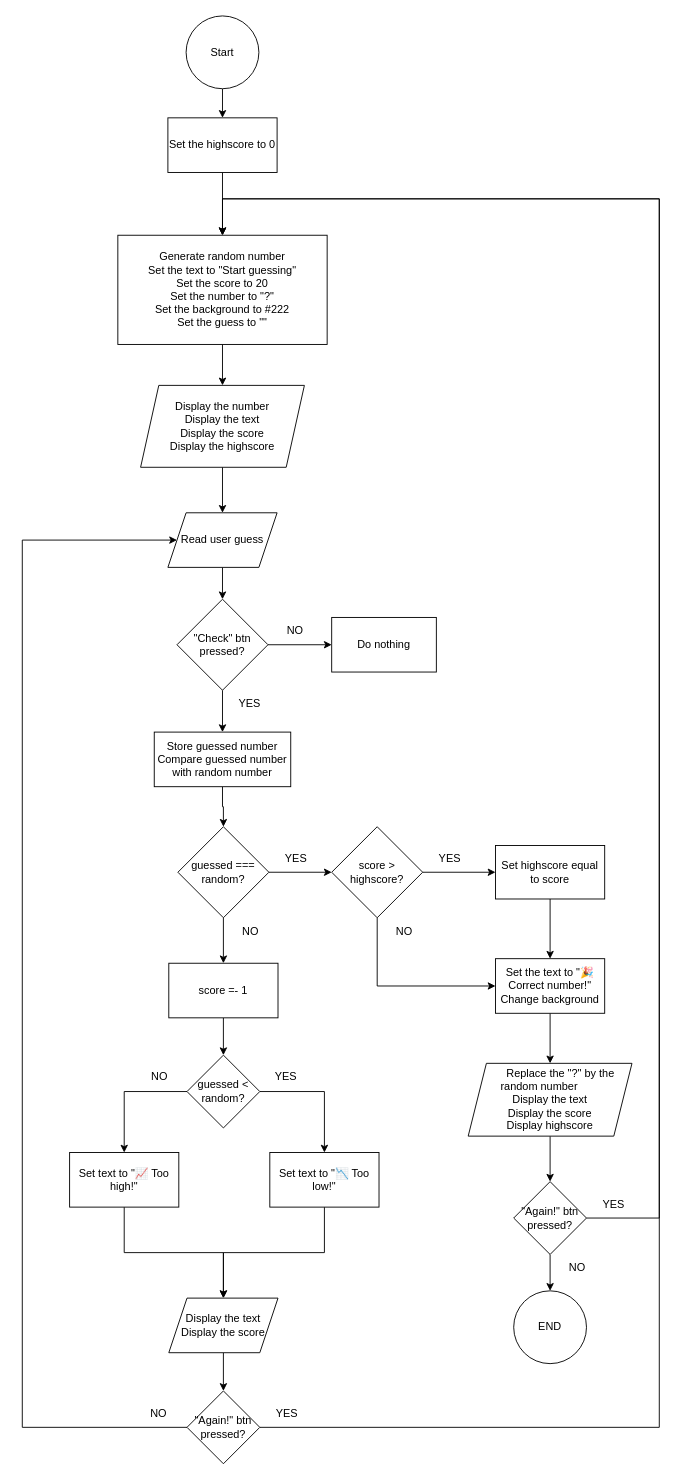
matheus4lves/udemy-the-complete-javascript-course_guess-my-number keeps this draw.io diagram as flowchart.drawio. Above is the earlier version. Source tidied: cells renumbered, new cells numbered last; positions are measured from the earlier drawing's top-left corner, leaving out a move shared by most shapes. Both pictures are drawn from the tidied source at 91%, with x=0, y=0 at pixel (22, 15).
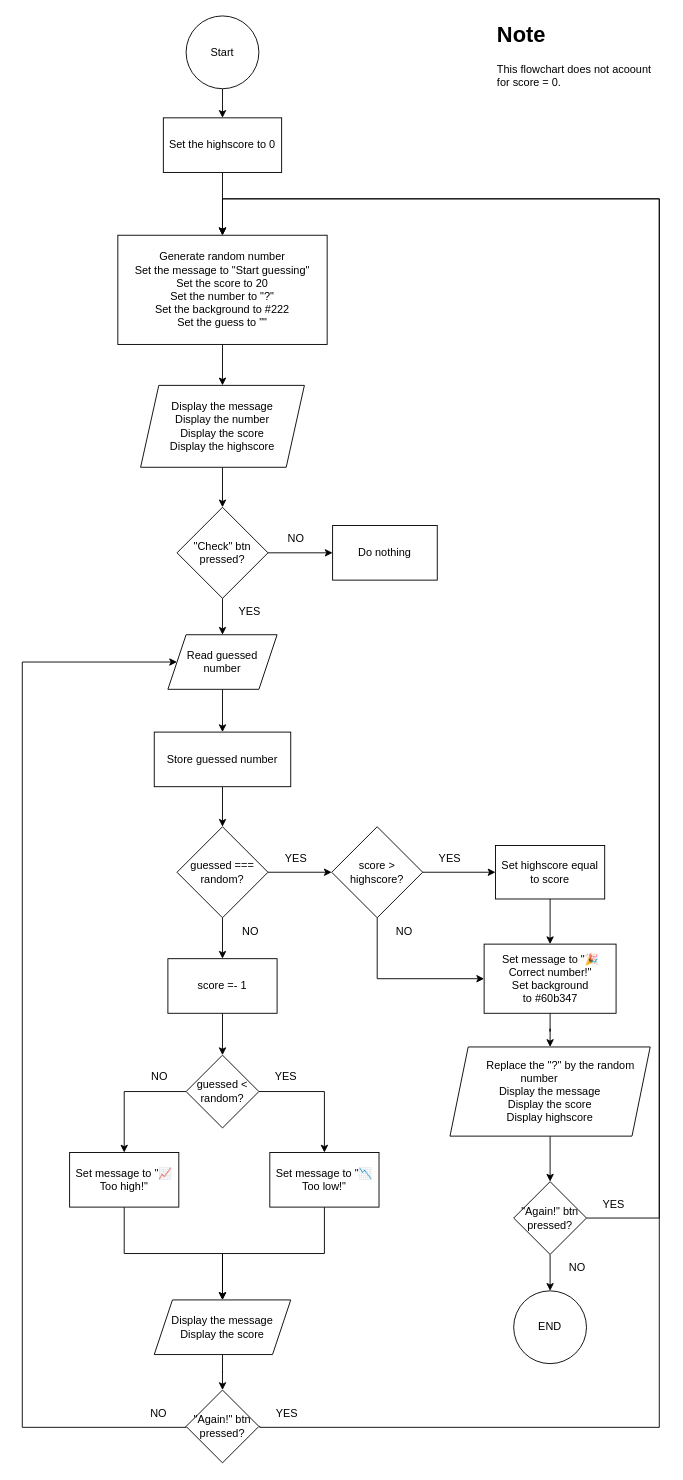
The same page after the edit.

The edit, as a diff of the source:
```diff
@@
-    <mxCell id="5" value="Generate random number&lt;br&gt;Set the text to &quot;Start guessing&quot;&lt;br&gt;Set the score to 20&lt;div&gt;Set the number to &quot;?&quot;&lt;br&gt;Set the background to #222&lt;br&gt;Set the guess to &quot;&quot;&lt;/div&gt;" style="rounded=0;whiteSpace=wrap;html=1;" parent="1" vertex="1">
+    <mxCell id="5" value="Generate random number&lt;br&gt;Set the message to &quot;Start guessing&quot;&lt;br&gt;Set the score to 20&lt;div&gt;Set the number to &quot;?&quot;&lt;br&gt;Set the background to #222&lt;br&gt;Set the guess to &quot;&quot;&lt;/div&gt;" style="rounded=0;whiteSpace=wrap;html=1;" parent="1" vertex="1">
       <mxGeometry x="105" y="241" width="230" height="120" as="geometry" />
     </mxCell>
@@
-    <mxCell id="7" value="Store guessed number&lt;br&gt;Compare guessed number with random number" style="rounded=0;whiteSpace=wrap;html=1;" parent="1" vertex="1">
+    <mxCell id="7" value="Store guessed number" style="rounded=0;whiteSpace=wrap;html=1;" parent="1" vertex="1">
       <mxGeometry x="145" y="787" width="150" height="60" as="geometry" />
     </mxCell>
-    <mxCell id="8" style="edgeStyle=orthogonalEdgeStyle;rounded=0;jettySize=auto;html=1;exitX=0.5;exitY=1;exitDx=0;exitDy=0;entryX=0.5;entryY=0;entryDx=0;entryDy=0;" parent="1" edge="1" source="9" target="56">
-      <mxGeometry relative="1" as="geometry" />
-    </mxCell>
+    <mxCell id="60" style="edgeStyle=orthogonalEdgeStyle;rounded=0;jettySize=auto;html=1;exitX=0.5;exitY=1;exitDx=0;exitDy=0;entryX=0.5;entryY=0;entryDx=0;entryDy=0;" parent="1" edge="1" source="9" target="7">
+      <mxGeometry relative="1" as="geometry" />
+    </mxCell>
-    <mxCell id="9" value="Read user guess" style="shape=parallelogram;perimeter=parallelogramPerimeter;whiteSpace=wrap;html=1;fixedSize=1;" parent="1" vertex="1">
-      <mxGeometry x="160" y="546" width="120" height="60" as="geometry" />
+    <mxCell id="9" value="Read guessed number" style="shape=parallelogram;perimeter=parallelogramPerimeter;whiteSpace=wrap;html=1;fixedSize=1;" parent="1" vertex="1">
+      <mxGeometry x="160" y="680" width="120" height="60" as="geometry" />
     </mxCell>
@@
     <mxCell id="12" value="guessed === random?" style="rhombus;whiteSpace=wrap;html=1;" parent="1" vertex="1">
-      <mxGeometry x="171" y="891" width="100" height="100" as="geometry" />
+      <mxGeometry x="170" y="891" width="100" height="100" as="geometry" />
     </mxCell>
-    <mxCell id="13" style="edgeStyle=orthogonalEdgeStyle;rounded=0;jettySize=auto;html=1;entryX=0.5;entryY=0;entryDx=0;entryDy=0;" parent="1" edge="1" source="14" target="9">
-      <mxGeometry relative="1" as="geometry" />
-    </mxCell>
+    <mxCell id="61" style="edgeStyle=orthogonalEdgeStyle;rounded=0;jettySize=auto;html=1;exitX=0.5;exitY=1;exitDx=0;exitDy=0;entryX=0.5;entryY=0;entryDx=0;entryDy=0;" parent="1" edge="1" source="14" target="56">
+      <mxGeometry relative="1" as="geometry" />
+    </mxCell>
-    <mxCell id="14" value="Display the number&lt;br&gt;Display the text&lt;br&gt;Display the score&lt;br&gt;Display the highscore" style="shape=parallelogram;perimeter=parallelogramPerimeter;whiteSpace=wrap;html=1;fixedSize=1;" parent="1" vertex="1">
+    <mxCell id="14" value="&lt;div&gt;Display the message&lt;/div&gt;Display the number&lt;br&gt;Display the score&lt;br&gt;Display the highscore" style="shape=parallelogram;perimeter=parallelogramPerimeter;whiteSpace=wrap;html=1;fixedSize=1;" parent="1" vertex="1">
       <mxGeometry x="130" y="406" width="180" height="90" as="geometry" />
     </mxCell>
@@
-    <mxCell id="19" value="&amp;nbsp; &amp;nbsp; &amp;nbsp; &amp;nbsp;Replace the &quot;?&quot; by the random number&amp;nbsp; &amp;nbsp; &amp;nbsp; &amp;nbsp;&lt;br&gt;Display the text&lt;br&gt;Display the score&lt;br&gt;Display highscore" style="shape=parallelogram;perimeter=parallelogramPerimeter;whiteSpace=wrap;html=1;fixedSize=1;" parent="1" vertex="1">
-      <mxGeometry x="490" y="1151" width="180" height="80" as="geometry" />
+    <mxCell id="19" value="&amp;nbsp; &amp;nbsp; &amp;nbsp; &amp;nbsp;Replace the &quot;?&quot; by the random number&amp;nbsp; &amp;nbsp; &amp;nbsp; &amp;nbsp;&lt;br&gt;Display the message&lt;br&gt;Display the score&lt;br&gt;Display highscore" style="shape=parallelogram;perimeter=parallelogramPerimeter;whiteSpace=wrap;html=1;fixedSize=1;" parent="1" vertex="1">
+      <mxGeometry x="470" y="1133" width="220" height="98" as="geometry" />
     </mxCell>
@@
     <mxCell id="27" value="score =- 1" style="rounded=0;whiteSpace=wrap;html=1;" parent="1" vertex="1">
-      <mxGeometry x="161" y="1041" width="120" height="60" as="geometry" />
+      <mxGeometry x="160" y="1036" width="120" height="60" as="geometry" />
     </mxCell>
@@
     <mxCell id="31" value="guessed &amp;lt; random?" style="rhombus;whiteSpace=wrap;html=1;" parent="1" vertex="1">
-      <mxGeometry x="181" y="1142" width="80" height="80" as="geometry" />
+      <mxGeometry x="180" y="1142" width="80" height="80" as="geometry" />
     </mxCell>
@@
-    <mxCell id="33" value="Set text to &quot;📉 Too low!&quot;" style="rounded=0;whiteSpace=wrap;html=1;" parent="1" vertex="1">
+    <mxCell id="33" value="Set message to &quot;📉 Too low!&quot;" style="rounded=0;whiteSpace=wrap;html=1;" parent="1" vertex="1">
       <mxGeometry x="272" y="1249" width="120" height="60" as="geometry" />
     </mxCell>
@@
-    <mxCell id="36" value="Display the text&lt;br&gt;Display the score" style="shape=parallelogram;perimeter=parallelogramPerimeter;whiteSpace=wrap;html=1;fixedSize=1;" parent="1" vertex="1">
-      <mxGeometry x="161" y="1409" width="120" height="60" as="geometry" />
+    <mxCell id="36" value="Display the message&lt;br&gt;Display the score" style="shape=parallelogram;perimeter=parallelogramPerimeter;whiteSpace=wrap;html=1;fixedSize=1;" parent="1" vertex="1">
+      <mxGeometry x="145" y="1411" width="150" height="60" as="geometry" />
     </mxCell>
@@
     <mxCell id="38" value="Set the highscore to 0" style="rounded=0;whiteSpace=wrap;html=1;" parent="1" vertex="1">
-      <mxGeometry x="160" y="112" width="120" height="60" as="geometry" />
+      <mxGeometry x="155" y="112" width="130" height="60" as="geometry" />
     </mxCell>
     <mxCell id="39" style="edgeStyle=orthogonalEdgeStyle;rounded=0;jettySize=auto;html=1;exitX=0;exitY=0.5;exitDx=0;exitDy=0;entryX=0;entryY=0.5;entryDx=0;entryDy=0;" parent="1" edge="1" source="41" target="9">
       <mxGeometry relative="1" as="geometry">
         <Array as="points">
           <mxPoint y="1551" />
-          <mxPoint y="576" />
+          <mxPoint y="710" />
         </Array>
       </mxGeometry>
     </mxCell>
@@
     <mxCell id="41" value="&quot;Again!&quot; btn&lt;br&gt;pressed?" style="rhombus;whiteSpace=wrap;html=1;" parent="1" vertex="1">
-      <mxGeometry x="181" y="1511" width="80" height="80" as="geometry" />
+      <mxGeometry x="180" y="1510" width="80" height="80" as="geometry" />
     </mxCell>
@@
-    <mxCell id="43" value="Set text to &quot;📈 Too high!&quot;" style="rounded=0;whiteSpace=wrap;html=1;" parent="1" vertex="1">
+    <mxCell id="43" value="Set message to &quot;📈 Too high!&quot;" style="rounded=0;whiteSpace=wrap;html=1;" parent="1" vertex="1">
       <mxGeometry x="52" y="1249" width="120" height="60" as="geometry" />
     </mxCell>
@@
-    <mxCell id="52" value="Set the text to &quot;🎉 Correct number!&quot;&lt;br&gt;Change background" style="rounded=0;whiteSpace=wrap;html=1;" parent="1" vertex="1">
-      <mxGeometry x="520" y="1036" width="120" height="60" as="geometry" />
+    <mxCell id="52" value="Set message to &quot;🎉 Correct number!&quot;&lt;br&gt;Set background to&amp;nbsp;#60b347" style="rounded=0;whiteSpace=wrap;html=1;" parent="1" vertex="1">
+      <mxGeometry x="507.5" y="1020" width="145" height="76" as="geometry" />
     </mxCell>
@@
-    <mxCell id="55" style="edgeStyle=orthogonalEdgeStyle;rounded=0;jettySize=auto;html=1;exitX=0.5;exitY=1;exitDx=0;exitDy=0;entryX=0.5;entryY=0;entryDx=0;entryDy=0;" parent="1" edge="1" source="56" target="7">
-      <mxGeometry relative="1" as="geometry" />
-    </mxCell>
+    <mxCell id="62" style="edgeStyle=orthogonalEdgeStyle;rounded=0;jettySize=auto;html=1;exitX=0.5;exitY=1;exitDx=0;exitDy=0;entryX=0.5;entryY=0;entryDx=0;entryDy=0;" parent="1" edge="1" source="56" target="9">
+      <mxGeometry relative="1" as="geometry" />
+    </mxCell>
     <mxCell id="56" value="&quot;Check&quot; btn pressed?" style="rhombus;whiteSpace=wrap;html=1;" parent="1" vertex="1">
-      <mxGeometry x="170" y="641" width="100" height="100" as="geometry" />
+      <mxGeometry x="170" y="540" width="100" height="100" as="geometry" />
     </mxCell>
     <mxCell id="57" value="Do nothing" style="rounded=0;whiteSpace=wrap;html=1;" parent="1" vertex="1">
-      <mxGeometry x="340" y="661" width="115" height="60" as="geometry" />
+      <mxGeometry x="341" y="560" width="115" height="60" as="geometry" />
     </mxCell>
     <mxCell id="58" value="NO" style="text;html=1;strokeColor=none;fillColor=none;align=center;verticalAlign=middle;whiteSpace=wrap;rounded=0;" parent="1" vertex="1">
-      <mxGeometry x="270" y="661" width="60" height="30" as="geometry" />
+      <mxGeometry x="271" y="560" width="60" height="30" as="geometry" />
     </mxCell>
     <mxCell id="59" value="YES" style="text;html=1;strokeColor=none;fillColor=none;align=center;verticalAlign=middle;whiteSpace=wrap;rounded=0;" parent="1" vertex="1">
-      <mxGeometry x="220" y="741" width="60" height="30" as="geometry" />
+      <mxGeometry x="220" y="640" width="60" height="30" as="geometry" />
     </mxCell>
+    <mxCell id="63" value="&lt;h1 style=&quot;margin-top: 0px;&quot;&gt;Note&lt;/h1&gt;&lt;p&gt;This flowchart does not acoount for score = 0.&lt;/p&gt;" style="text;html=1;whiteSpace=wrap;overflow=hidden;rounded=0;" parent="1" vertex="1">
+      <mxGeometry x="520" width="180" height="120" as="geometry" />
+    </mxCell>
```
